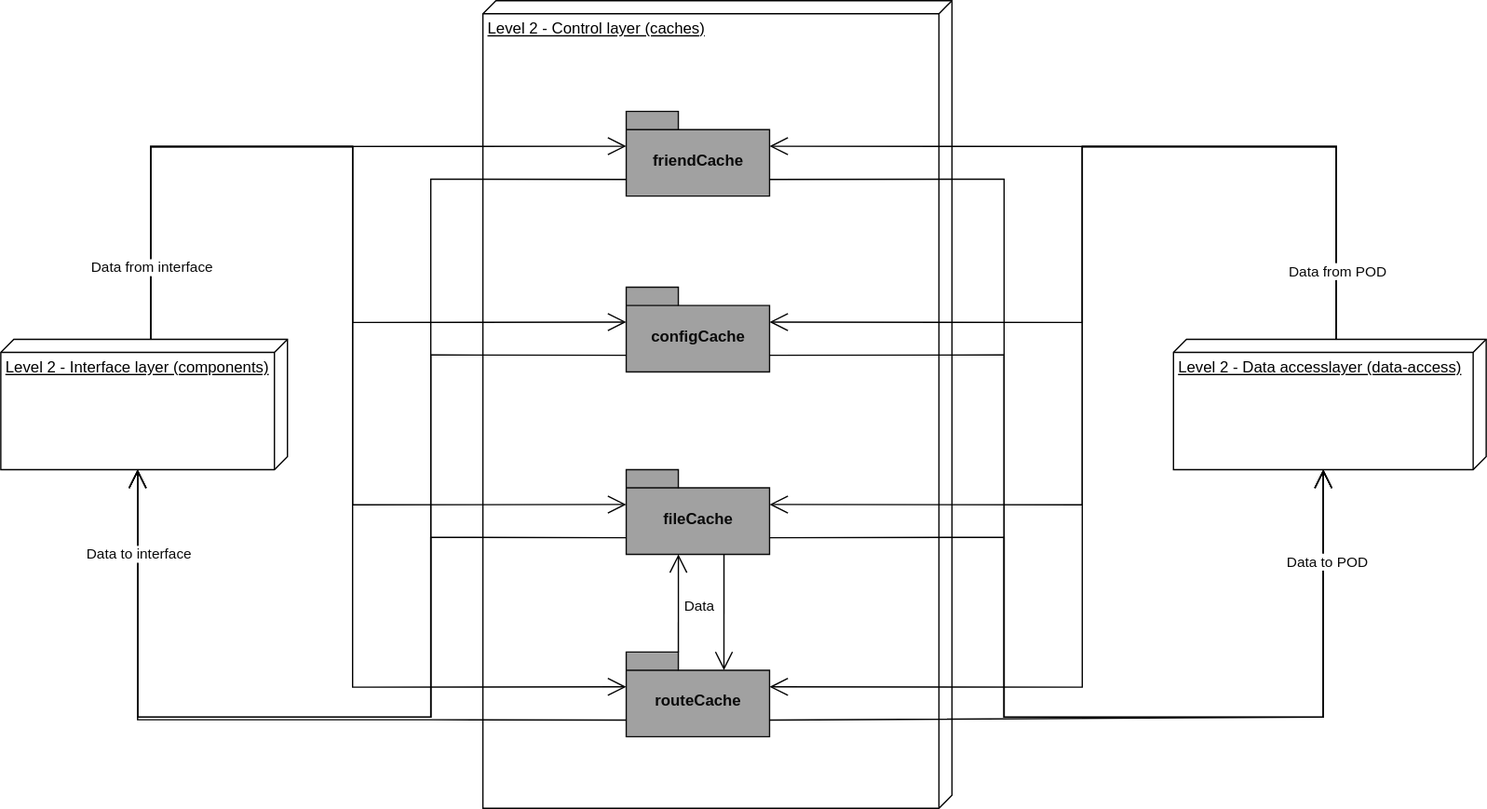
Before: src/docs/images/05_BuildingBlocks-Level 2 - Control.svg, a diagram exported from draw.io (Arquisoft/viade_en2b). Source tidied: cells renumbered, new cells last; positions are measured from the earlier drawing's top-left corner, leaving out a move shared by most shapes.
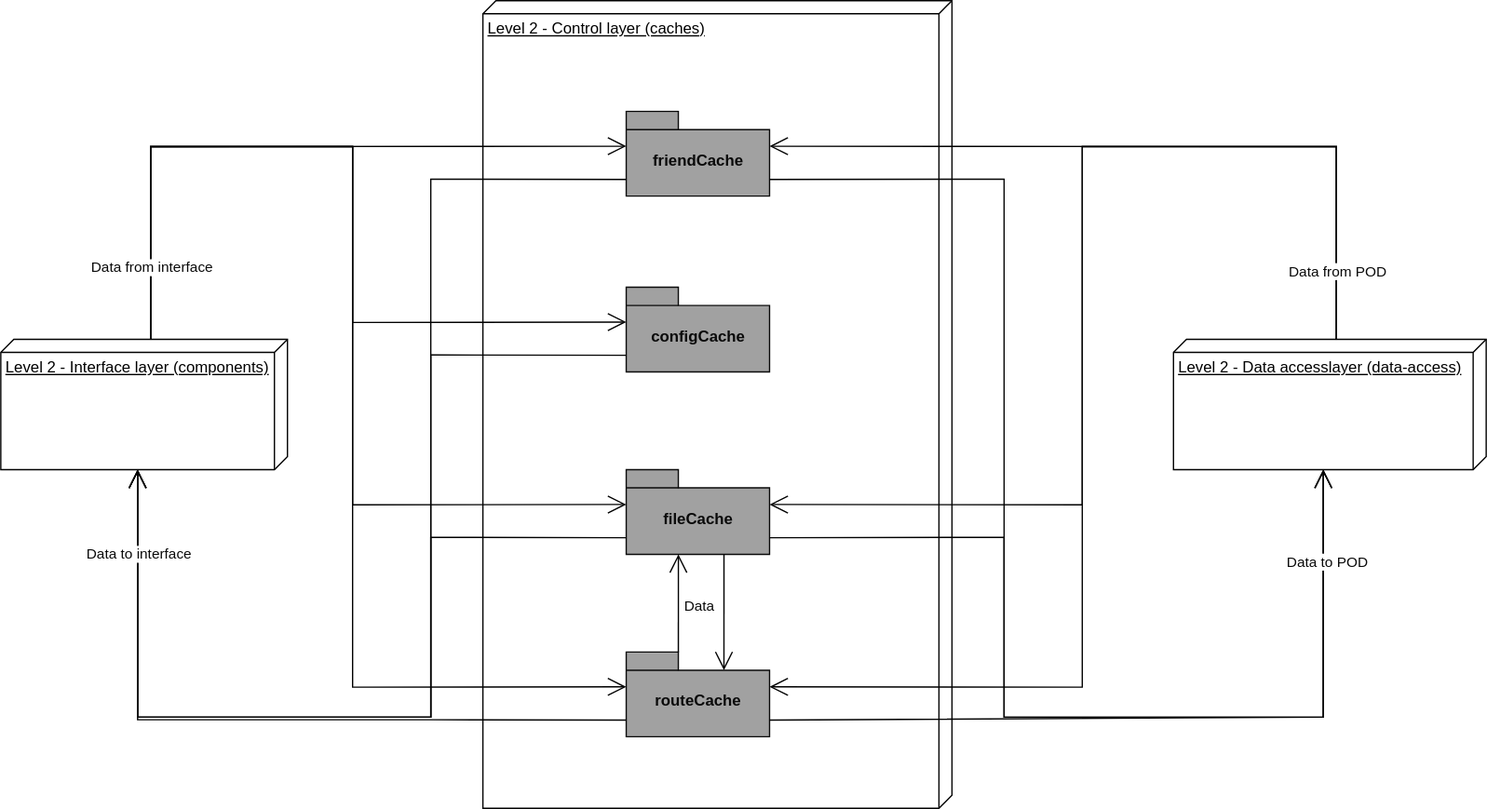
Above is the later version.

Commit message:
Updated point 5 (building blocks view)

The edit, as a diff of the source:
```diff
@@ -121,16 +121,6 @@
         </Array>
       </mxGeometry>
     </mxCell>
-    <mxCell id="23" style="endArrow=open;endFill=1;endSize=12;html=1;fontColor=#0A0A0A;exitX=0;exitY=0;exitDx=0;exitDy=115;exitPerimeter=0;entryX=0;entryY=0;entryDx=110;entryDy=26.75;entryPerimeter=0;strokeColor=#000000;rounded=0;" parent="1" edge="1" target="6">
-      <mxGeometry relative="1" as="geometry">
-        <mxPoint x="1025" y="260" as="sourcePoint" />
-        <Array as="points">
-          <mxPoint x="1025" y="112" />
-          <mxPoint x="830" y="112" />
-          <mxPoint x="830" y="247" />
-        </Array>
-      </mxGeometry>
-    </mxCell>
     <mxCell id="24" style="endArrow=open;endFill=1;endSize=12;html=1;fontColor=#0A0A0A;exitX=0;exitY=0;exitDx=0;exitDy=115;exitPerimeter=0;entryX=0;entryY=0;entryDx=110;entryDy=26.75;entryPerimeter=0;strokeColor=#000000;rounded=0;" parent="1" edge="1" target="4">
       <mxGeometry relative="1" as="geometry">
         <mxPoint x="1025" y="260" as="sourcePoint" />
@@ -171,16 +161,6 @@
         </Array>
       </mxGeometry>
     </mxCell>
-    <mxCell id="29" style="endArrow=open;endFill=1;endSize=12;html=1;fontColor=#0A0A0A;exitX=0;exitY=0;exitDx=110;exitDy=52.25;exitPerimeter=0;entryX=0;entryY=0;entryDx=100;entryDy=125;entryPerimeter=0;strokeColor=#000000;rounded=0;" parent="1" edge="1" source="6">
-      <mxGeometry relative="1" as="geometry">
-        <mxPoint x="1015" y="360" as="targetPoint" />
-        <Array as="points">
-          <mxPoint x="770" y="272" />
-          <mxPoint x="770" y="550" />
-          <mxPoint x="1015" y="550" />
-        </Array>
-      </mxGeometry>
-    </mxCell>
     <mxCell id="30" style="endArrow=open;endFill=1;endSize=12;html=1;fontColor=#0A0A0A;exitX=0;exitY=0;exitDx=110;exitDy=52.25;exitPerimeter=0;entryX=0;entryY=0;entryDx=100;entryDy=125;entryPerimeter=0;strokeColor=#000000;rounded=0;" parent="1" edge="1" source="3">
       <mxGeometry relative="1" as="geometry">
         <mxPoint x="1015" y="360" as="targetPoint" />
```
